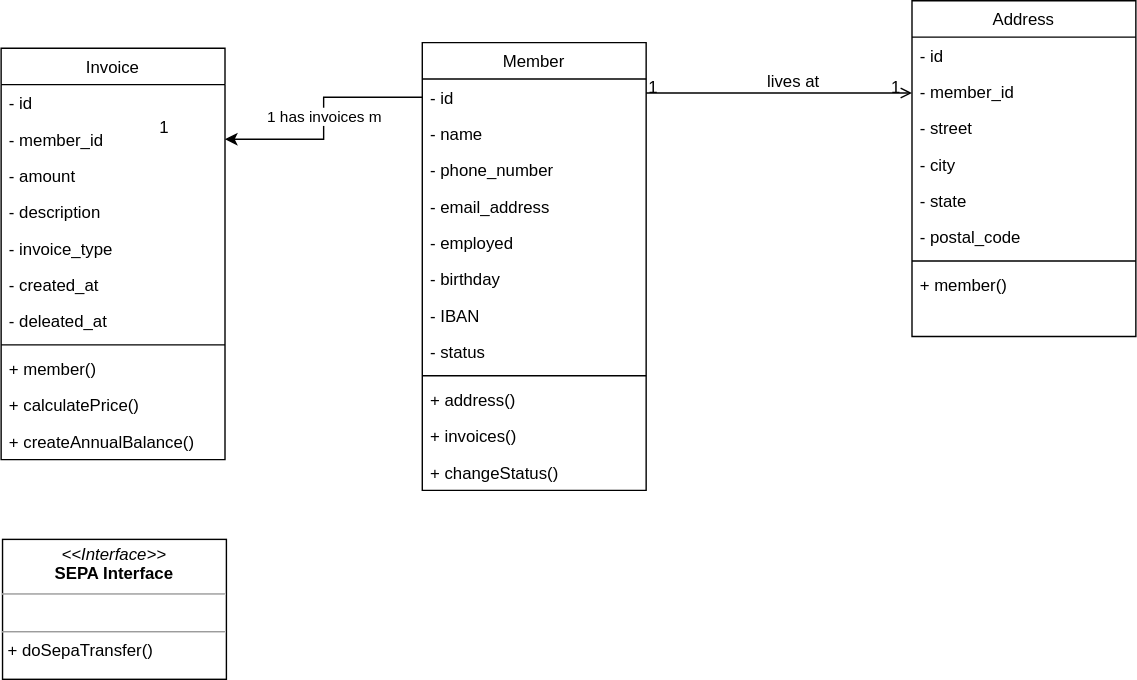
Before: planning/Klassendagramm.drawio.svg, a diagram exported from draw.io (Vetrixs/GigaVereinsverwaltung). Source tidied: cells renumbered, new cells last; positions are measured from the earlier drawing's top-left corner, leaving out a move shared by most shapes.
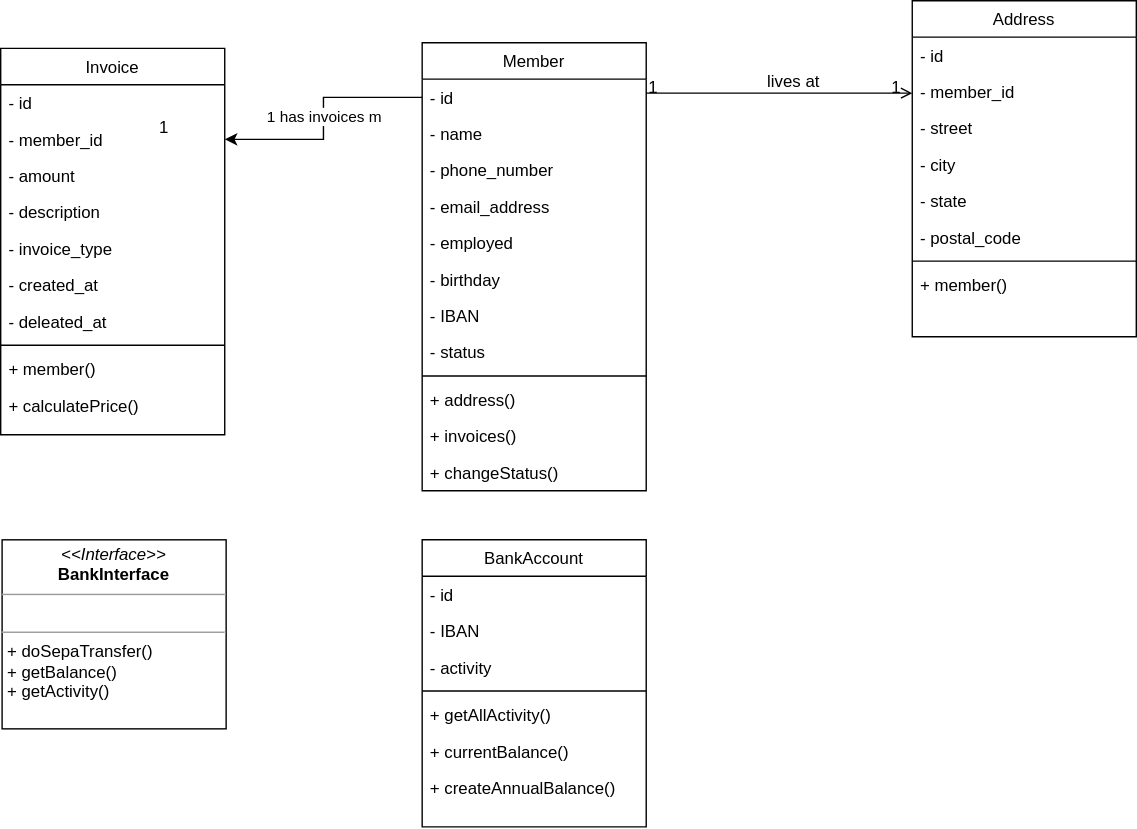
The same file after the commit.

Diff of the diagram source:
```diff
@@ -2,8 +2,8 @@
   <root>
     <mxCell id="0" />
     <mxCell id="1" parent="0" />
-    <mxCell id="2" value="Invoice" style="swimlane;fontStyle=0;align=center;verticalAlign=top;horizontal=1;startSize=26;rounded=0;shadow=0;strokeWidth=1;" parent="1" vertex="1">
-      <mxGeometry y="34" width="160" height="294" as="geometry" />
+    <mxCell id="2" value="Invoice" style="swimlane;fontStyle=0;align=center;verticalAlign=top;horizontal=1;startSize=26;rounded=0;shadow=0;strokeWidth=1;gradientColor=none;" parent="1" vertex="1">
+      <mxGeometry y="34" width="160" height="276" as="geometry" />
     </mxCell>
     <mxCell id="3" value="- id" style="text;align=left;verticalAlign=top;spacingLeft=4;spacingRight=4;overflow=hidden;" parent="2" vertex="1">
       <mxGeometry y="26" width="160" height="26" as="geometry" />
@@ -35,9 +35,6 @@
     <mxCell id="12" value="+ calculatePrice()" style="text;align=left;verticalAlign=top;spacingLeft=4;spacingRight=4;overflow=hidden;" parent="2" vertex="1">
       <mxGeometry y="242" width="160" height="26" as="geometry" />
     </mxCell>
-    <mxCell id="13" value="+ createAnnualBalance()" style="text;align=left;verticalAlign=top;spacingLeft=4;spacingRight=4;overflow=hidden;" parent="2" vertex="1">
-      <mxGeometry y="268" width="160" height="26" as="geometry" />
-    </mxCell>
     <mxCell id="14" value="Address" style="swimlane;fontStyle=0;align=center;verticalAlign=top;horizontal=1;startSize=26;rounded=0;shadow=0;strokeWidth=1;" parent="1" vertex="1">
       <mxGeometry x="651" width="160" height="240" as="geometry" />
     </mxCell>
@@ -136,8 +133,32 @@
     <mxCell id="41" value="1 has invoices m" style="edgeStyle=orthogonalEdgeStyle;rounded=0;jettySize=auto;html=1;entryX=1;entryY=0.5;entryDx=0;entryDy=0;" parent="1" edge="1" source="28" target="4">
       <mxGeometry relative="1" as="geometry" />
     </mxCell>
-    <mxCell id="42" value="&lt;p style=&quot;margin:0px;margin-top:4px;text-align:center;&quot;&gt;&lt;i&gt;&amp;lt;&amp;lt;Interface&amp;gt;&amp;gt;&lt;/i&gt;&lt;br&gt;&lt;b&gt;SEPA Interface&lt;/b&gt;&lt;/p&gt;&lt;hr size=&quot;1&quot;&gt;&lt;p style=&quot;margin:0px;margin-left:4px;&quot;&gt;&lt;br&gt;&lt;/p&gt;&lt;hr size=&quot;1&quot;&gt;&lt;p style=&quot;margin:0px;margin-left:4px;&quot;&gt;+ doSepaTransfer()&lt;br&gt;&lt;/p&gt;" style="verticalAlign=top;align=left;overflow=fill;fontSize=12;fontFamily=Helvetica;html=1;" parent="1" vertex="1">
-      <mxGeometry x="1" y="385" width="160" height="100" as="geometry" />
+    <mxCell id="42" value="&lt;p style=&quot;margin:0px;margin-top:4px;text-align:center;&quot;&gt;&lt;i&gt;&amp;lt;&amp;lt;Interface&amp;gt;&amp;gt;&lt;/i&gt;&lt;br&gt;&lt;b&gt;BankI&lt;/b&gt;&lt;b style=&quot;background-color: initial;&quot;&gt;nterface&lt;/b&gt;&lt;/p&gt;&lt;hr size=&quot;1&quot;&gt;&lt;p style=&quot;margin:0px;margin-left:4px;&quot;&gt;&lt;br&gt;&lt;/p&gt;&lt;hr size=&quot;1&quot;&gt;&lt;p style=&quot;margin:0px;margin-left:4px;&quot;&gt;+ doSepaTransfer()&lt;br&gt;&lt;/p&gt;&lt;p style=&quot;margin:0px;margin-left:4px;&quot;&gt;+ getBalance()&lt;/p&gt;&lt;p style=&quot;margin:0px;margin-left:4px;&quot;&gt;+ getActivity()&lt;/p&gt;" style="verticalAlign=top;align=left;overflow=fill;fontSize=12;fontFamily=Helvetica;html=1;" parent="1" vertex="1">
+      <mxGeometry x="1" y="385" width="160" height="135" as="geometry" />
     </mxCell>
+    <mxCell id="43" value="BankAccount" style="swimlane;fontStyle=0;align=center;verticalAlign=top;horizontal=1;startSize=26;rounded=0;shadow=0;strokeWidth=1;gradientColor=none;" parent="1" vertex="1">
+      <mxGeometry x="301" y="385" width="160" height="205" as="geometry" />
+    </mxCell>
+    <mxCell id="44" value="- id" style="text;align=left;verticalAlign=top;spacingLeft=4;spacingRight=4;overflow=hidden;" parent="43" vertex="1">
+      <mxGeometry y="26" width="160" height="26" as="geometry" />
+    </mxCell>
+    <mxCell id="45" value="- IBAN" style="text;align=left;verticalAlign=top;spacingLeft=4;spacingRight=4;overflow=hidden;" parent="43" vertex="1">
+      <mxGeometry y="52" width="160" height="26" as="geometry" />
+    </mxCell>
+    <mxCell id="46" value="- activity" style="text;align=left;verticalAlign=top;spacingLeft=4;spacingRight=4;overflow=hidden;" parent="43" vertex="1">
+      <mxGeometry y="78" width="160" height="26" as="geometry" />
+    </mxCell>
+    <mxCell id="47" style="line;html=1;strokeWidth=1;align=left;verticalAlign=middle;spacingTop=-1;spacingLeft=3;spacingRight=3;labelPosition=right;" parent="43" vertex="1">
+      <mxGeometry y="104" width="160" height="8" as="geometry" />
+    </mxCell>
+    <mxCell id="48" value="+ getAllActivity()" style="text;align=left;verticalAlign=top;spacingLeft=4;spacingRight=4;overflow=hidden;" parent="43" vertex="1">
+      <mxGeometry y="112" width="160" height="26" as="geometry" />
+    </mxCell>
+    <mxCell id="49" value="+ currentBalance()" style="text;align=left;verticalAlign=top;spacingLeft=4;spacingRight=4;overflow=hidden;" parent="43" vertex="1">
+      <mxGeometry y="138" width="160" height="26" as="geometry" />
+    </mxCell>
+    <mxCell id="13" value="+ createAnnualBalance()" style="text;align=left;verticalAlign=top;spacingLeft=4;spacingRight=4;overflow=hidden;" parent="43" vertex="1">
+      <mxGeometry y="164" width="160" height="26" as="geometry" />
+    </mxCell>
   </root>
 </mxGraphModel>
```
